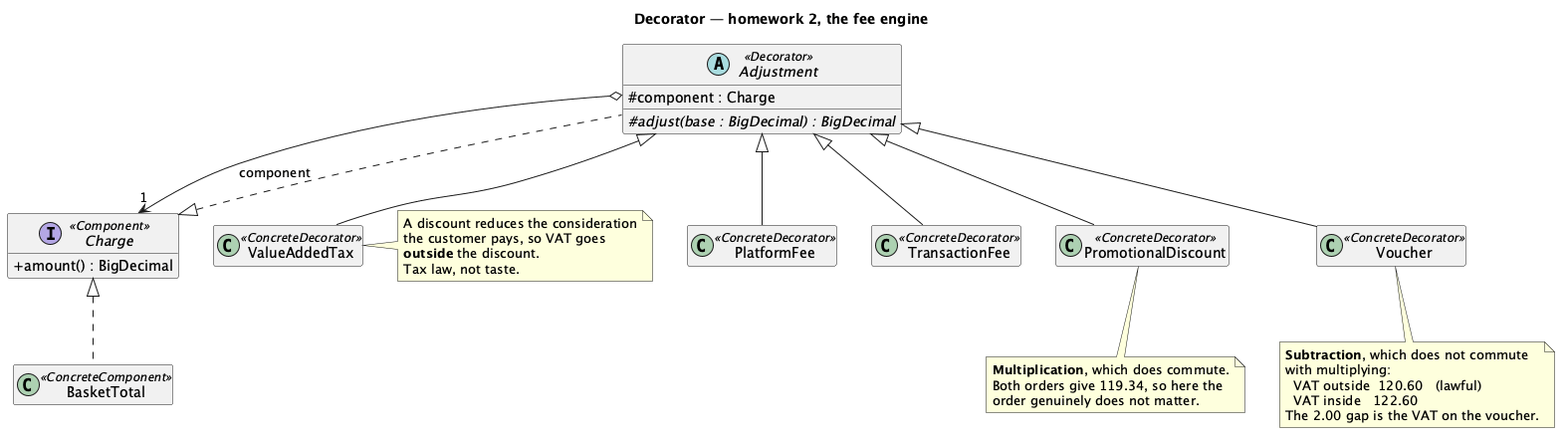
Before: src/main/java/dev/kaldiroglu/dp/structural/decorator/hw/feeengine/uml/decorator-hw-feeengine-class-diagram.png, a diagram exported from PlantUML (kaldiroglu/DesignPatternsWithJava). Its source is kept beside it as src/main/java/dev/kaldiroglu/dp/structural/decorator/hw/feeengine/uml/decorator-hw-feeengine-class-diagram.puml. Its diagram source:
```plantuml
@startuml "decorator-hw-feeengine-class-diagram"
skinparam classAttributeIconSize 0
hide empty members
title Decorator — homework 2, the fee engine


interface Charge <<Component>> {
  + amount() : BigDecimal
}

class BasketTotal <<ConcreteComponent>>

abstract class Adjustment <<Decorator>> {
  # component : Charge
  # {abstract} adjust(base : BigDecimal) : BigDecimal
}

class PlatformFee <<ConcreteDecorator>>
class TransactionFee <<ConcreteDecorator>>
class ValueAddedTax <<ConcreteDecorator>>
class PromotionalDiscount <<ConcreteDecorator>>
class Voucher <<ConcreteDecorator>>

Charge <|.. BasketTotal
Charge <|.. Adjustment
Adjustment o--> "1" Charge : component
Adjustment <|-- PlatformFee
Adjustment <|-- TransactionFee
Adjustment <|-- ValueAddedTax
Adjustment <|-- PromotionalDiscount
Adjustment <|-- Voucher

note right of ValueAddedTax
  A discount reduces the consideration
  the customer pays, so VAT goes
  <b>outside</b> the discount.
  Tax law, not taste.
end note

note bottom of Voucher
  <b>Subtraction</b>, which does not commute
  with multiplying:
    VAT outside  120.60   (lawful)
    VAT inside   122.60
  The 2.00 gap is the VAT on the voucher.
end note

note bottom of PromotionalDiscount
  <b>Multiplication</b>, which does commute.
  Both orders give 119.34, so here the
  order genuinely does not matter.
end note

@enduml
```
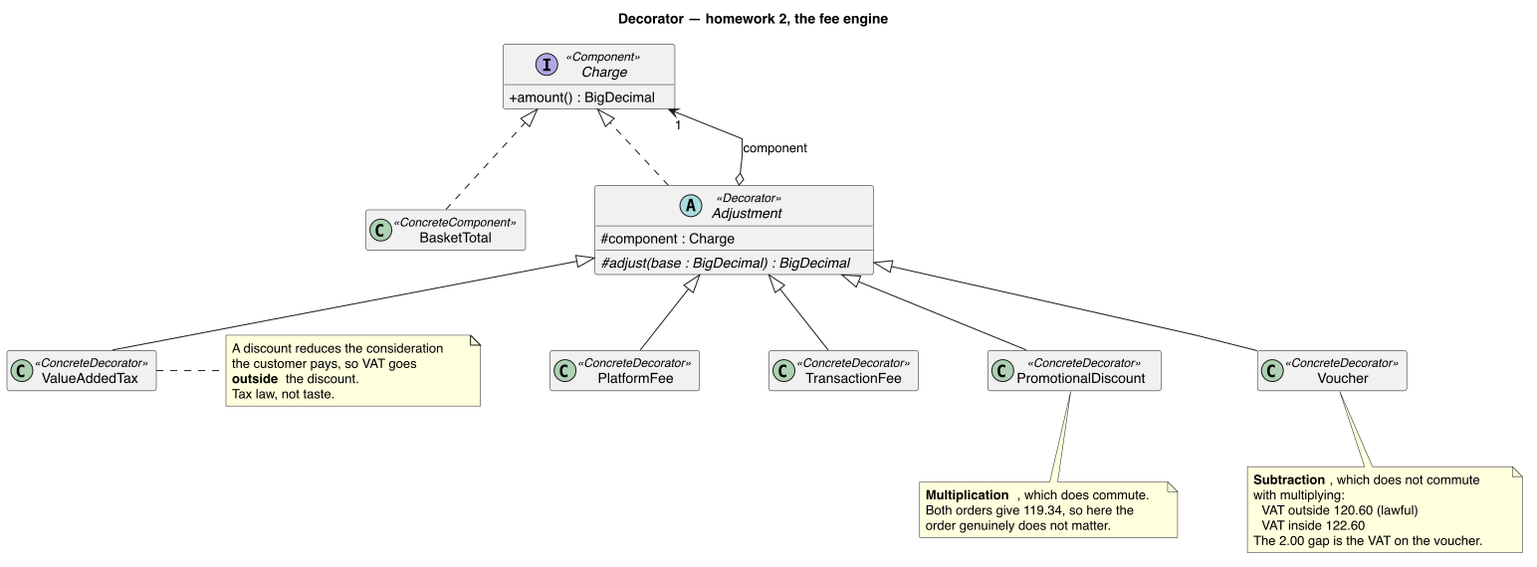
Later version of the same file.

Change to the diagram source:
```diff
@@ -1,4 +1,6 @@
 @startuml "decorator-hw-feeengine-class-diagram"
+skinparam linetype polyline
+skinparam nodesep 70
 skinparam classAttributeIconSize 0
 hide empty members
 title Decorator — homework 2, the fee engine
@@ -23,7 +25,6 @@
 
 Charge <|.. BasketTotal
 Charge <|.. Adjustment
-Adjustment o--> "1" Charge : component
 Adjustment <|-- PlatformFee
 Adjustment <|-- TransactionFee
 Adjustment <|-- ValueAddedTax
@@ -51,4 +52,8 @@
   order genuinely does not matter.
 end note
 
+Adjustment o-[norank]-> "1" Charge : component
+Charge -[hidden]- BasketTotal
+Charge -[hidden]- Adjustment
+Adjustment -[hidden]- ValueAddedTax
 @enduml
```
